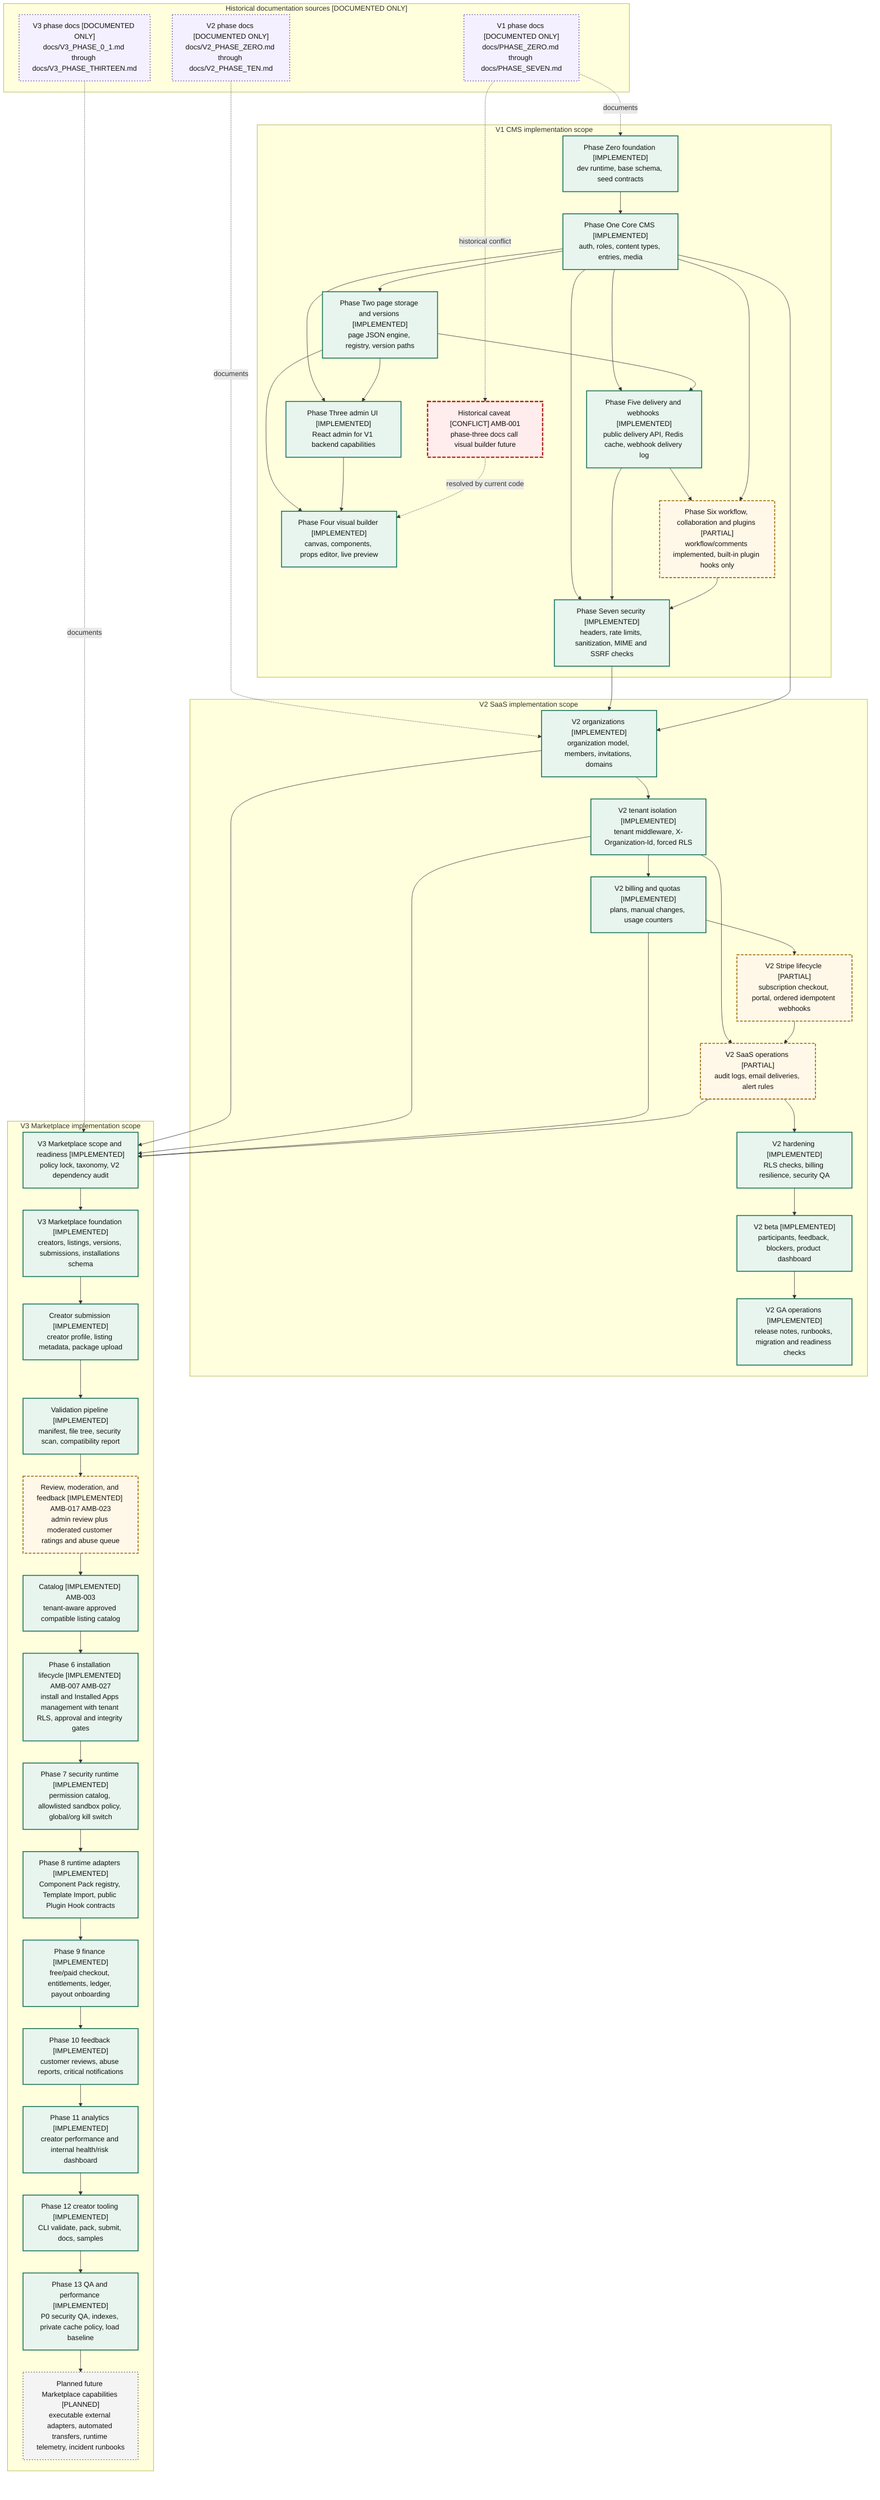
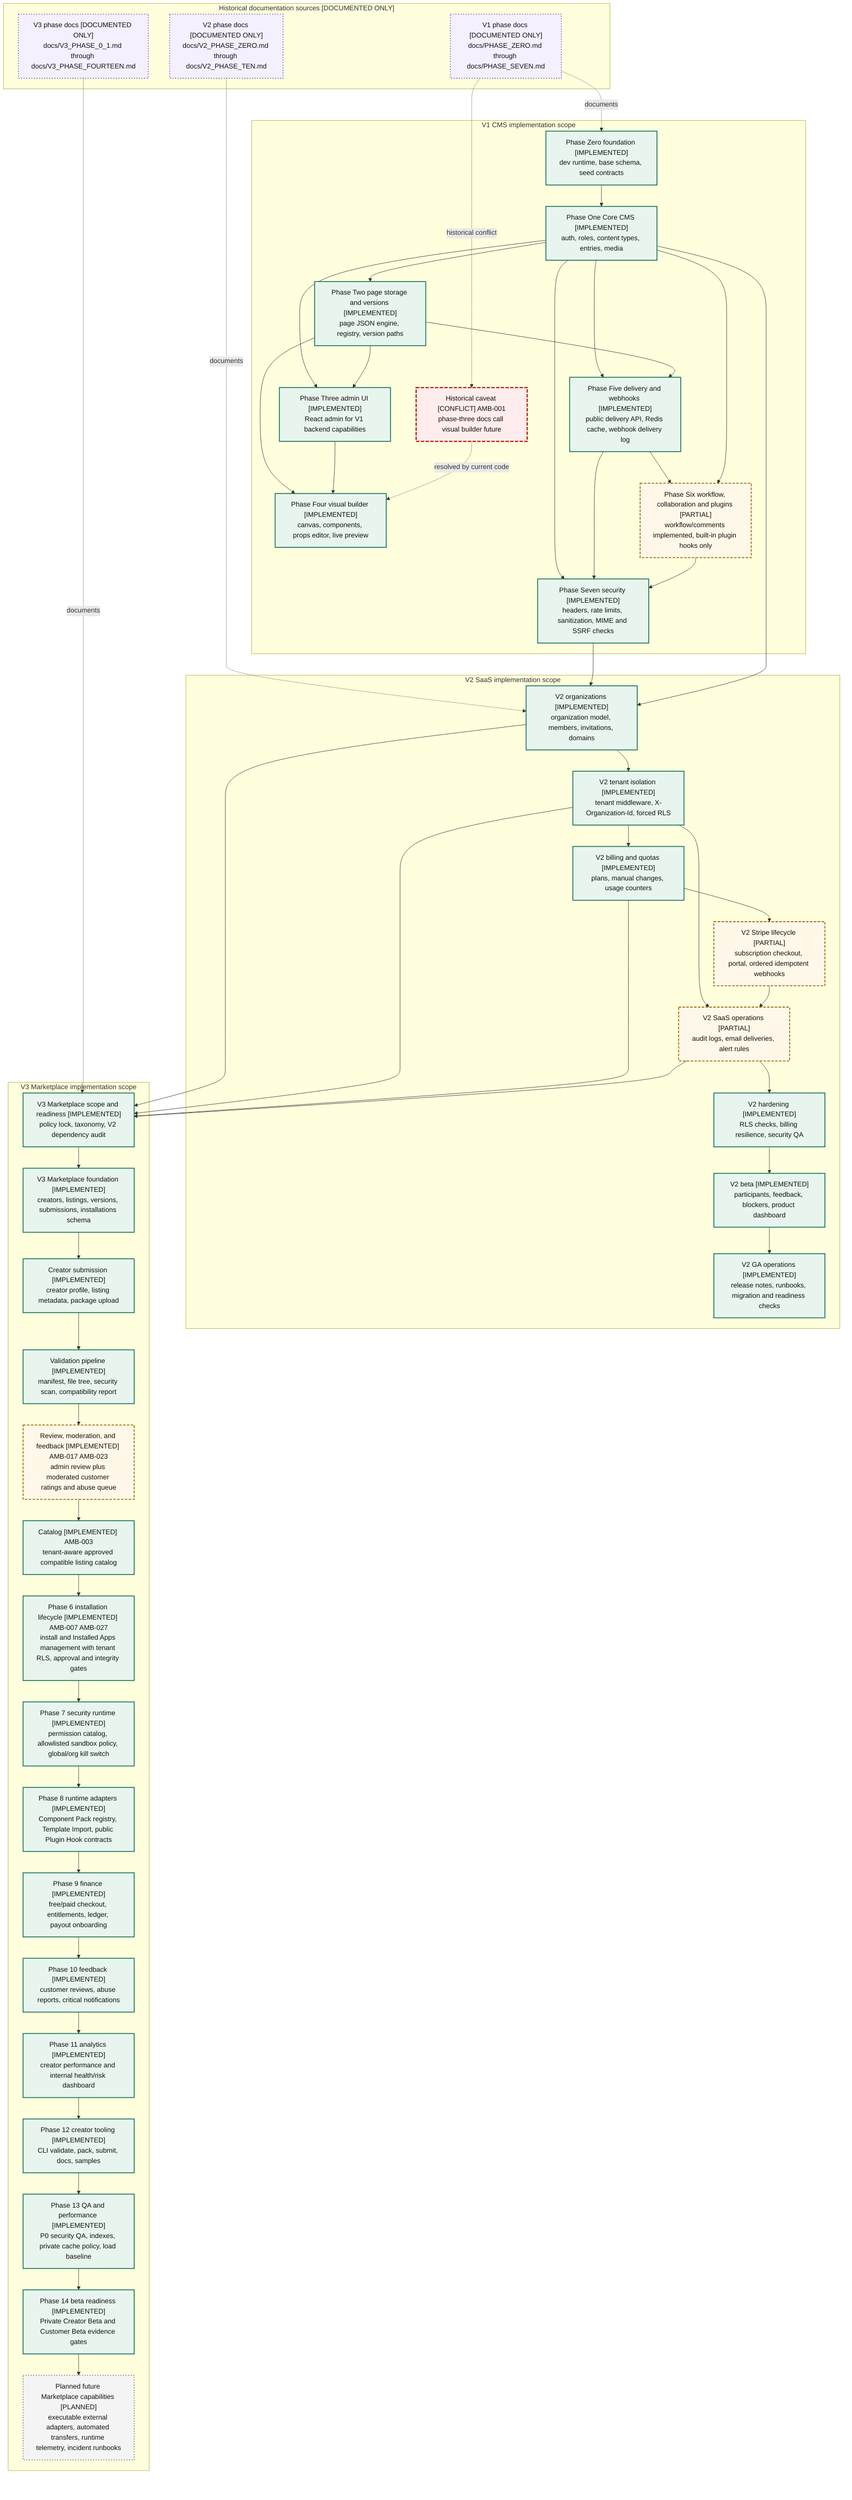
%% Evidence: docs/PHASE_ZERO.md
%% Evidence: docs/PHASE_ONE.md
%% Evidence: docs/PHASE_TWO.md
%% Evidence: docs/PHASE_THREE.md
%% Evidence: docs/PHASE_FOUR.md
%% Evidence: docs/PHASE_FIVE.md
%% Evidence: docs/PHASE_SIX.md
%% Evidence: docs/PHASE_SEVEN.md
%% Evidence: docs/V2_PHASE_ZERO.md
%% Evidence: docs/V2_PHASE_ONE.md
%% Evidence: docs/V2_PHASE_THREE.md
%% Evidence: docs/V2_PHASE_FIVE.md
%% Evidence: docs/V2_PHASE_SIX.md
%% Evidence: docs/V2_PHASE_SEVEN.md
%% Evidence: docs/V2_PHASE_EIGHT.md
%% Evidence: docs/V2_PHASE_NINE.md
%% Evidence: docs/V2_PHASE_TEN.md
%% Evidence: docs/V3_PHASE_0_1.md
%% Evidence: docs/V3_PHASE_0_2.md
%% Evidence: docs/V3_PHASE_ONE.md
%% Evidence: docs/V3_PHASE_TWO.md
%% Evidence: docs/V3_PHASE_THREE.md
%% Evidence: docs/V3_PHASE_FOUR.md
%% Evidence: docs/V3_PHASE_FIVE.md
%% Evidence: docs/V3_PHASE_SEVEN.md
%% Evidence: docs/V3_PHASE_EIGHT.md
%% Evidence: docs/V3_PHASE_NINE.md
%% Evidence: docs/V3_PHASE_TEN.md
%% Evidence: docs/V3_PHASE_ELEVEN.md
%% Evidence: docs/V3_PHASE_TWELVE.md
%% Evidence: docs/V3_PHASE_THIRTEEN.md
+ %% Evidence: docs/V3_PHASE_FOURTEEN.md
%% Evidence: backend/migrations/0019_v3_phase_six_installation_lifecycle.sql
%% Evidence: backend/migrations/0020_v3_phase_seven_permission_sandbox_kill_switch.sql
%% Evidence: backend/migrations/0021_v3_phase_eight_runtime_adapters.sql
%% Evidence: backend/migrations/0026_v3_phase_thirteen_marketplace_qa_performance.sql
%% Evidence: backend/src/services/marketplace_runtime.rs
%% Evidence: backend/src/routes/marketplace_runtime.rs
%% Evidence: backend/src/services/marketplace_adapters.rs
%% Evidence: backend/src/routes/marketplace_adapters.rs
%% Evidence: backend/src/services/marketplace_phase_thirteen.rs
+ %% Evidence: backend/src/services/marketplace_phase_fourteen.rs
%% Evidence: backend/src/services/marketplace_performance.rs
%% Evidence: scripts/marketplace-phase13-load-smoke.ps1
+ %% Evidence: scripts/marketplace-phase14-beta-readiness.ps1
%% Evidence: backend/src/services/marketplace_installation.rs
%% Evidence: backend/src/routes/marketplace.rs
%% Evidence: frontend/src/pages/MarketplacePage.tsx
%% Evidence: docs/V3_MARKETPLACE_GAP_LIST.md
+ %% Evidence: docs/diagrams/41-marketplace-beta.mmd
%% Evidence: docs/diagrams/ARCHITECTURE_AUDIT.md
%% Evidence: docs/diagrams/AMBIGUITIES.md
flowchart TD
  subgraph historical_docs["Historical documentation sources [DOCUMENTED ONLY]"]
    hist_v1["V1 phase docs [DOCUMENTED ONLY]<br/>docs/PHASE_ZERO.md through docs/PHASE_SEVEN.md"]
    hist_v2["V2 phase docs [DOCUMENTED ONLY]<br/>docs/V2_PHASE_ZERO.md through docs/V2_PHASE_TEN.md"]
-     hist_v3["V3 phase docs [DOCUMENTED ONLY]<br/>docs/V3_PHASE_0_1.md through docs/V3_PHASE_THIRTEEN.md"]
+     hist_v3["V3 phase docs [DOCUMENTED ONLY]<br/>docs/V3_PHASE_0_1.md through docs/V3_PHASE_FOURTEEN.md"]
  end

  subgraph v1_scope["V1 CMS implementation scope"]
    phase_zero["Phase Zero foundation [IMPLEMENTED]<br/>dev runtime, base schema, seed contracts"]
    phase_one["Phase One Core CMS [IMPLEMENTED]<br/>auth, roles, content types, entries, media"]
    phase_two["Phase Two page storage and versions [IMPLEMENTED]<br/>page JSON engine, registry, version paths"]
    phase_three["Phase Three admin UI [IMPLEMENTED]<br/>React admin for V1 backend capabilities"]
    phase_three_caveat["Historical caveat [CONFLICT] AMB-001<br/>phase-three docs call visual builder future"]
    phase_four["Phase Four visual builder [IMPLEMENTED]<br/>canvas, components, props editor, live preview"]
    phase_five["Phase Five delivery and webhooks [IMPLEMENTED]<br/>public delivery API, Redis cache, webhook delivery log"]
    phase_six["Phase Six workflow, collaboration and plugins [PARTIAL]<br/>workflow/comments implemented, built-in plugin hooks only"]
    phase_seven["Phase Seven security [IMPLEMENTED]<br/>headers, rate limits, sanitization, MIME and SSRF checks"]
  end

  subgraph v2_scope["V2 SaaS implementation scope"]
    v2_orgs["V2 organizations [IMPLEMENTED]<br/>organization model, members, invitations, domains"]
    v2_tenant["V2 tenant isolation [IMPLEMENTED]<br/>tenant middleware, X-Organization-Id, forced RLS"]
    v2_billing_quotas["V2 billing and quotas [IMPLEMENTED]<br/>plans, manual changes, usage counters"]
    v2_stripe["V2 Stripe lifecycle [PARTIAL]<br/>subscription checkout, portal, ordered idempotent webhooks"]
    v2_saas_ops["V2 SaaS operations [PARTIAL]<br/>audit logs, email deliveries, alert rules"]
    v2_hardening["V2 hardening [IMPLEMENTED]<br/>RLS checks, billing resilience, security QA"]
    v2_beta["V2 beta [IMPLEMENTED]<br/>participants, feedback, blockers, product dashboard"]
    v2_ga["V2 GA operations [IMPLEMENTED]<br/>release notes, runbooks, migration and readiness checks"]
  end

  subgraph v3_scope["V3 Marketplace implementation scope"]
    v3_scope_ready["V3 Marketplace scope and readiness [IMPLEMENTED]<br/>policy lock, taxonomy, V2 dependency audit"]
    v3_foundation["V3 Marketplace foundation [IMPLEMENTED]<br/>creators, listings, versions, submissions, installations schema"]
    v3_creator_submission["Creator submission [IMPLEMENTED]<br/>creator profile, listing metadata, package upload"]
    v3_validation["Validation pipeline [IMPLEMENTED]<br/>manifest, file tree, security scan, compatibility report"]
    v3_review["Review, moderation, and feedback [IMPLEMENTED] AMB-017 AMB-023<br/>admin review plus moderated customer ratings and abuse queue"]
    v3_catalog["Catalog [IMPLEMENTED] AMB-003<br/>tenant-aware approved compatible listing catalog"]
    v3_install["Phase 6 installation lifecycle [IMPLEMENTED] AMB-007 AMB-027<br/>install and Installed Apps management with tenant RLS, approval and integrity gates"]
    v3_security["Phase 7 security runtime [IMPLEMENTED]<br/>permission catalog, allowlisted sandbox policy, global/org kill switch"]
    v3_adapters["Phase 8 runtime adapters [IMPLEMENTED]<br/>Component Pack registry, Template Import, public Plugin Hook contracts"]
    v3_finance["Phase 9 finance [IMPLEMENTED]<br/>free/paid checkout, entitlements, ledger, payout onboarding"]
    v3_feedback["Phase 10 feedback [IMPLEMENTED]<br/>customer reviews, abuse reports, critical notifications"]
    v3_analytics["Phase 11 analytics [IMPLEMENTED]<br/>creator performance and internal health/risk dashboard"]
    v3_creator_tooling["Phase 12 creator tooling [IMPLEMENTED]<br/>CLI validate, pack, submit, docs, samples"]
    v3_qa_performance["Phase 13 QA and performance [IMPLEMENTED]<br/>P0 security QA, indexes, private cache policy, load baseline"]
+     v3_beta_readiness["Phase 14 beta readiness [IMPLEMENTED]<br/>Private Creator Beta and Customer Beta evidence gates"]
    v3_future["Planned future Marketplace capabilities [PLANNED]<br/>executable external adapters, automated transfers, runtime telemetry, incident runbooks"]
  end

  hist_v1 -. documents .-> phase_zero
  hist_v2 -. documents .-> v2_orgs
  hist_v3 -. documents .-> v3_scope_ready
  hist_v1 -. historical conflict .-> phase_three_caveat

  phase_zero --> phase_one
  phase_one --> phase_two
  phase_one --> phase_three
  phase_two --> phase_three
  phase_two --> phase_four
  phase_three --> phase_four
  phase_one --> phase_five
  phase_two --> phase_five
  phase_five --> phase_six
  phase_one --> phase_six
  phase_one --> phase_seven
  phase_five --> phase_seven
  phase_six --> phase_seven
  phase_three_caveat -. resolved by current code .-> phase_four

  phase_seven --> v2_orgs
  phase_one --> v2_orgs
  v2_orgs --> v2_tenant
  v2_tenant --> v2_billing_quotas
  v2_billing_quotas --> v2_stripe
  v2_tenant --> v2_saas_ops
  v2_stripe --> v2_saas_ops
  v2_saas_ops --> v2_hardening
  v2_hardening --> v2_beta
  v2_beta --> v2_ga

  v2_orgs --> v3_scope_ready
  v2_tenant --> v3_scope_ready
  v2_billing_quotas --> v3_scope_ready
  v2_saas_ops --> v3_scope_ready
  v3_scope_ready --> v3_foundation
  v3_foundation --> v3_creator_submission
  v3_creator_submission --> v3_validation
  v3_validation --> v3_review
  v3_review --> v3_catalog
  v3_catalog --> v3_install
  v3_install --> v3_security
  v3_security --> v3_adapters
  v3_adapters --> v3_finance
  v3_finance --> v3_feedback
  v3_feedback --> v3_analytics
  v3_analytics --> v3_creator_tooling
  v3_creator_tooling --> v3_qa_performance
-   v3_qa_performance --> v3_future
+   v3_qa_performance --> v3_beta_readiness
+   v3_beta_readiness --> v3_future

  class hist_v1,hist_v2,hist_v3 documented
-   class phase_zero,phase_one,phase_two,phase_three,phase_four,phase_five,phase_seven,v2_orgs,v2_tenant,v2_billing_quotas,v2_hardening,v2_beta,v2_ga,v3_scope_ready,v3_foundation,v3_creator_submission,v3_validation,v3_catalog,v3_install,v3_security,v3_adapters,v3_finance,v3_feedback,v3_analytics,v3_creator_tooling,v3_qa_performance implemented
+   class phase_zero,phase_one,phase_two,phase_three,phase_four,phase_five,phase_seven,v2_orgs,v2_tenant,v2_billing_quotas,v2_hardening,v2_beta,v2_ga,v3_scope_ready,v3_foundation,v3_creator_submission,v3_validation,v3_catalog,v3_install,v3_security,v3_adapters,v3_finance,v3_feedback,v3_analytics,v3_creator_tooling,v3_qa_performance,v3_beta_readiness implemented
  class phase_six,v2_stripe,v2_saas_ops,v3_review partial
  class v3_future planned
  class phase_three_caveat conflict
  classDef implemented fill:#e8f5ee,stroke:#17745b,stroke-width:2px,color:#111
  classDef partial fill:#fff8e8,stroke:#9a6500,stroke-width:2px,stroke-dasharray: 6 3,color:#111
  classDef planned fill:#f4f4f4,stroke:#666,stroke-width:2px,stroke-dasharray: 2 4,color:#111
  classDef documented fill:#f5f0ff,stroke:#6a4fb3,stroke-width:2px,stroke-dasharray: 2 4,color:#111
  classDef conflict fill:#ffecec,stroke:#b3261e,stroke-width:3px,stroke-dasharray: 8 3,color:#111
